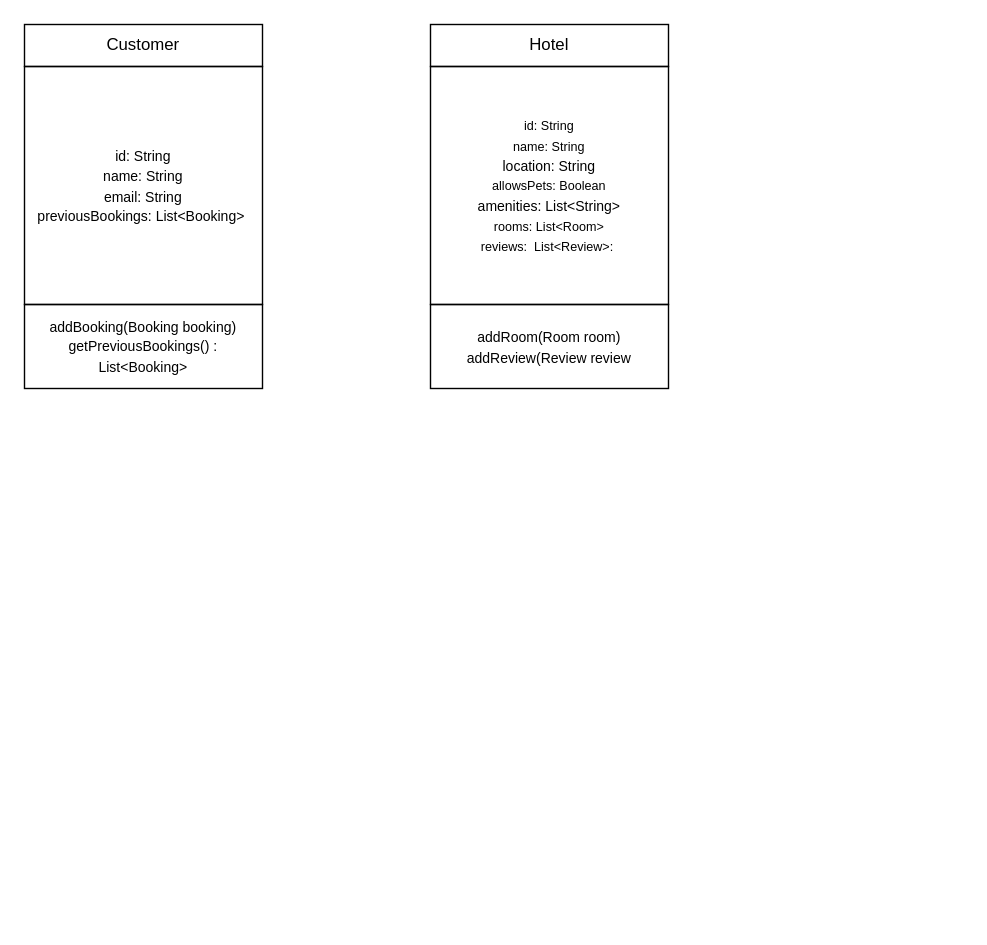
The draw.io diagram V2/Domain module.drawio in rthor997/HBV401G-Throun_hugbunathar, before the edit. Source tidied: cells renumbered, new cells numbered last; positions are measured from the earlier drawing's top-left corner, leaving out a move shared by most shapes. Both pictures are drawn from the tidied source at 140%, with x=0, y=0 at pixel (24, 24).
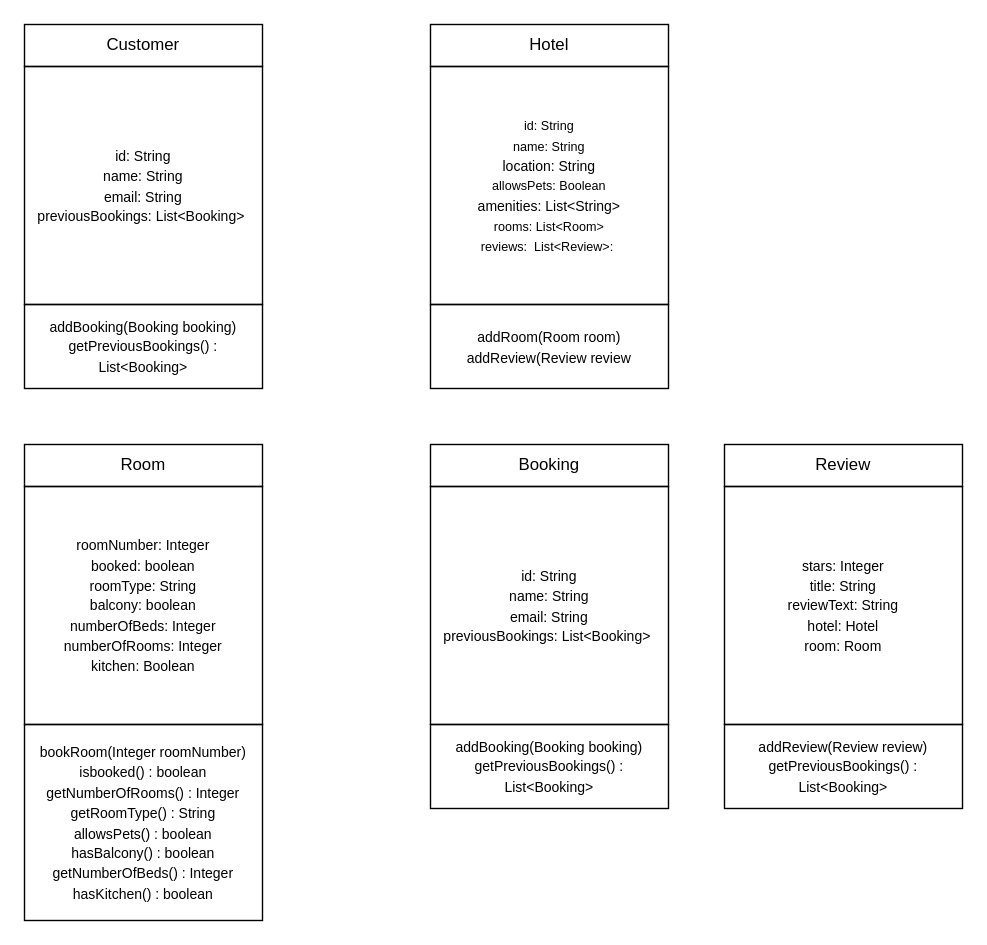
The same diagram, later.

Commit message:
Bætt við drög að Room, Booking og Review klösum

What changed in the source:
```diff
@@
 <mxGraphModel>
   <root>
     <mxCell id="0" />
     <mxCell id="1" parent="0" />
     <mxCell id="2" value="&lt;font style=&quot;font-size: 10px;&quot;&gt;id: String&lt;/font&gt;&lt;div&gt;&lt;font style=&quot;font-size: 10px;&quot;&gt;&lt;font style=&quot;&quot;&gt;name: String&lt;/font&gt;&lt;br&gt;&lt;/font&gt;&lt;div&gt;&lt;font style=&quot;font-size: 10px;&quot;&gt;email: String&lt;/font&gt;&lt;/div&gt;&lt;div&gt;&lt;font style=&quot;font-size: 10px;&quot;&gt;&lt;span style=&quot;background-color: transparent; color: light-dark(rgb(0, 0, 0), rgb(255, 255, 255));&quot;&gt;previousBookings: List&amp;lt;Booking&amp;gt;&lt;/span&gt;&amp;nbsp;&lt;/font&gt;&lt;/div&gt;&lt;/div&gt;" style="whiteSpace=wrap;html=1;" parent="1" vertex="1">
       <mxGeometry y="30" width="170" height="170" as="geometry" />
     </mxCell>
     <mxCell id="3" value="Customer" style="text;html=1;whiteSpace=wrap;strokeColor=default;fillColor=none;align=center;verticalAlign=middle;rounded=0;" parent="1" vertex="1">
       <mxGeometry width="170" height="30" as="geometry" />
     </mxCell>
     <mxCell id="4" value="&lt;font face=&quot;Helvetica&quot; style=&quot;font-size: 10px;&quot;&gt;addBooking(Booking booking)&lt;/font&gt;&lt;div&gt;&lt;font style=&quot;font-size: 10px;&quot; face=&quot;Helvetica&quot;&gt;getPreviousBookings() : List&amp;lt;Booking&amp;gt;&lt;/font&gt;&lt;span style=&quot;font-family: monospace; font-size: 9px;&quot;&gt;&lt;/span&gt;&lt;/div&gt;" style="text;html=1;whiteSpace=wrap;strokeColor=default;fillColor=none;align=center;verticalAlign=middle;rounded=0;" parent="1" vertex="1">
       <mxGeometry y="200" width="170" height="60" as="geometry" />
     </mxCell>
     <mxCell id="5" value="&lt;font style=&quot;font-size: 9px;&quot;&gt;id: String&lt;/font&gt;&lt;div&gt;&lt;font style=&quot;&quot;&gt;&lt;font style=&quot;font-size: 9px;&quot;&gt;name: String&lt;/font&gt;&lt;/font&gt;&lt;/div&gt;&lt;div&gt;&lt;font style=&quot;&quot;&gt;&lt;font size=&quot;1&quot;&gt;location: String&lt;/font&gt;&lt;/font&gt;&lt;/div&gt;&lt;div&gt;&lt;font style=&quot;font-size: 9px;&quot;&gt;allowsPets: Boolean&lt;/font&gt;&lt;/div&gt;&lt;div&gt;&lt;font style=&quot;&quot;&gt;&lt;font size=&quot;1&quot;&gt;amenities: List&amp;lt;String&amp;gt;&lt;br&gt;&lt;/font&gt;&lt;/font&gt;&lt;div&gt;&lt;font style=&quot;font-size: 9px;&quot;&gt;rooms: List&amp;lt;Room&amp;gt;&lt;/font&gt;&lt;/div&gt;&lt;div&gt;&lt;font style=&quot;font-size: 9px;&quot;&gt;&lt;span style=&quot;background-color: transparent; color: light-dark(rgb(0, 0, 0), rgb(255, 255, 255));&quot;&gt;reviews:&amp;nbsp; List&amp;lt;Review&amp;gt;&lt;/span&gt;:&amp;nbsp;&lt;/font&gt;&lt;/div&gt;&lt;/div&gt;" style="whiteSpace=wrap;html=1;" parent="1" vertex="1">
       <mxGeometry x="290" y="30" width="170" height="170" as="geometry" />
     </mxCell>
     <mxCell id="6" value="Hotel" style="text;html=1;whiteSpace=wrap;strokeColor=default;fillColor=none;align=center;verticalAlign=middle;rounded=0;" parent="1" vertex="1">
       <mxGeometry x="290" width="170" height="30" as="geometry" />
     </mxCell>
     <mxCell id="7" value="&lt;font face=&quot;Helvetica&quot; style=&quot;font-size: 10px;&quot;&gt;addRoom(Room room)&lt;/font&gt;&lt;div&gt;&lt;font size=&quot;1&quot; face=&quot;Helvetica&quot;&gt;addReview(Review review&lt;/font&gt;&lt;/div&gt;" style="text;html=1;whiteSpace=wrap;strokeColor=default;fillColor=none;align=center;verticalAlign=middle;rounded=0;" parent="1" vertex="1">
       <mxGeometry x="290" y="200" width="170" height="60" as="geometry" />
     </mxCell>
+    <mxCell id="8" value="&lt;font style=&quot;font-size: 10px;&quot;&gt;roomNumber: Integer&lt;/font&gt;&lt;div&gt;&lt;font style=&quot;font-size: 10px;&quot;&gt;&lt;font style=&quot;&quot;&gt;booked: boolean&lt;/font&gt;&lt;br&gt;&lt;/font&gt;&lt;div&gt;&lt;font style=&quot;font-size: 10px;&quot;&gt;roomType: String&lt;/font&gt;&lt;/div&gt;&lt;div&gt;&lt;span style=&quot;font-size: 10px;&quot;&gt;balcony: boolean&lt;/span&gt;&lt;/div&gt;&lt;/div&gt;&lt;div&gt;&lt;span style=&quot;font-size: 10px;&quot;&gt;numberOfBeds: Integer&lt;/span&gt;&lt;/div&gt;&lt;div&gt;&lt;span style=&quot;font-size: 10px;&quot;&gt;numberOfRooms: Integer&lt;/span&gt;&lt;/div&gt;&lt;div&gt;&lt;span style=&quot;font-size: 10px;&quot;&gt;kitchen: Boolean&lt;/span&gt;&lt;/div&gt;" style="whiteSpace=wrap;html=1;" parent="1" vertex="1">
+      <mxGeometry y="330" width="170" height="170" as="geometry" />
+    </mxCell>
+    <mxCell id="9" value="Room" style="text;html=1;whiteSpace=wrap;strokeColor=default;fillColor=none;align=center;verticalAlign=middle;rounded=0;" parent="1" vertex="1">
+      <mxGeometry y="300" width="170" height="30" as="geometry" />
+    </mxCell>
+    <mxCell id="10" value="&lt;font face=&quot;Helvetica&quot; style=&quot;font-size: 10px;&quot;&gt;bookRoom(Integer roomNumber)&lt;/font&gt;&lt;div&gt;&lt;font style=&quot;font-size: 10px;&quot; face=&quot;Helvetica&quot;&gt;isbooked() : boolean&lt;/font&gt;&lt;span style=&quot;font-family: monospace; font-size: 9px;&quot;&gt;&lt;/span&gt;&lt;/div&gt;&lt;div&gt;&lt;font style=&quot;font-size: 10px;&quot; face=&quot;Helvetica&quot;&gt;getNumberOfRooms() : Integer&lt;/font&gt;&lt;/div&gt;&lt;div&gt;&lt;span style=&quot;font-size: 10px;&quot;&gt;getRoomType() : String&lt;/span&gt;&lt;/div&gt;&lt;div&gt;&lt;span style=&quot;font-size: 10px;&quot;&gt;allowsPets() : boolean&lt;/span&gt;&lt;/div&gt;&lt;div&gt;&lt;span style=&quot;font-size: 10px;&quot;&gt;hasBalcony() : boolean&lt;/span&gt;&lt;/div&gt;&lt;div&gt;&lt;span style=&quot;font-size: 10px;&quot;&gt;getNumberOfBeds() : Integer&lt;/span&gt;&lt;/div&gt;&lt;div&gt;&lt;span style=&quot;font-size: 10px;&quot;&gt;hasKitchen() : boolean&lt;/span&gt;&lt;/div&gt;" style="text;html=1;whiteSpace=wrap;strokeColor=default;fillColor=none;align=center;verticalAlign=middle;rounded=0;" parent="1" vertex="1">
+      <mxGeometry y="500" width="170" height="140" as="geometry" />
+    </mxCell>
+    <mxCell id="11" value="&lt;font style=&quot;font-size: 10px;&quot;&gt;id: String&lt;/font&gt;&lt;div&gt;&lt;font style=&quot;font-size: 10px;&quot;&gt;&lt;font style=&quot;&quot;&gt;name: String&lt;/font&gt;&lt;br&gt;&lt;/font&gt;&lt;div&gt;&lt;font style=&quot;font-size: 10px;&quot;&gt;email: String&lt;/font&gt;&lt;/div&gt;&lt;div&gt;&lt;font style=&quot;font-size: 10px;&quot;&gt;&lt;span style=&quot;background-color: transparent; color: light-dark(rgb(0, 0, 0), rgb(255, 255, 255));&quot;&gt;previousBookings: List&amp;lt;Booking&amp;gt;&lt;/span&gt;&amp;nbsp;&lt;/font&gt;&lt;/div&gt;&lt;/div&gt;" style="whiteSpace=wrap;html=1;" parent="1" vertex="1">
+      <mxGeometry x="290" y="330" width="170" height="170" as="geometry" />
+    </mxCell>
+    <mxCell id="12" value="Booking" style="text;html=1;whiteSpace=wrap;strokeColor=default;fillColor=none;align=center;verticalAlign=middle;rounded=0;" parent="1" vertex="1">
+      <mxGeometry x="290" y="300" width="170" height="30" as="geometry" />
+    </mxCell>
+    <mxCell id="13" value="&lt;font face=&quot;Helvetica&quot; style=&quot;font-size: 10px;&quot;&gt;addBooking(Booking booking)&lt;/font&gt;&lt;div&gt;&lt;font style=&quot;font-size: 10px;&quot; face=&quot;Helvetica&quot;&gt;getPreviousBookings() : List&amp;lt;Booking&amp;gt;&lt;/font&gt;&lt;span style=&quot;font-family: monospace; font-size: 9px;&quot;&gt;&lt;/span&gt;&lt;/div&gt;" style="text;html=1;whiteSpace=wrap;strokeColor=default;fillColor=none;align=center;verticalAlign=middle;rounded=0;" parent="1" vertex="1">
+      <mxGeometry x="290" y="500" width="170" height="60" as="geometry" />
+    </mxCell>
+    <mxCell id="14" value="&lt;font style=&quot;font-size: 10px;&quot;&gt;stars: Integer&lt;/font&gt;&lt;div&gt;&lt;font style=&quot;font-size: 10px;&quot;&gt;&lt;font style=&quot;&quot;&gt;title: String&lt;/font&gt;&lt;br&gt;&lt;/font&gt;&lt;div&gt;&lt;font style=&quot;font-size: 10px;&quot;&gt;reviewText: String&lt;/font&gt;&lt;/div&gt;&lt;div&gt;&lt;span style=&quot;font-size: 10px;&quot;&gt;hotel: Hotel&lt;/span&gt;&lt;/div&gt;&lt;/div&gt;&lt;div&gt;&lt;span style=&quot;font-size: 10px;&quot;&gt;room: Room&lt;/span&gt;&lt;/div&gt;" style="whiteSpace=wrap;html=1;" parent="1" vertex="1">
+      <mxGeometry x="500" y="330" width="170" height="170" as="geometry" />
+    </mxCell>
+    <mxCell id="15" value="Review" style="text;html=1;whiteSpace=wrap;strokeColor=default;fillColor=none;align=center;verticalAlign=middle;rounded=0;" parent="1" vertex="1">
+      <mxGeometry x="500" y="300" width="170" height="30" as="geometry" />
+    </mxCell>
+    <mxCell id="16" value="&lt;font face=&quot;Helvetica&quot; style=&quot;font-size: 10px;&quot;&gt;addReview(Review review)&lt;/font&gt;&lt;div&gt;&lt;font style=&quot;font-size: 10px;&quot; face=&quot;Helvetica&quot;&gt;getPreviousBookings() : List&amp;lt;Booking&amp;gt;&lt;/font&gt;&lt;span style=&quot;font-family: monospace; font-size: 9px;&quot;&gt;&lt;/span&gt;&lt;/div&gt;" style="text;html=1;whiteSpace=wrap;strokeColor=default;fillColor=none;align=center;verticalAlign=middle;rounded=0;" parent="1" vertex="1">
+      <mxGeometry x="500" y="500" width="170" height="60" as="geometry" />
+    </mxCell>
   </root>
 </mxGraphModel>
```
